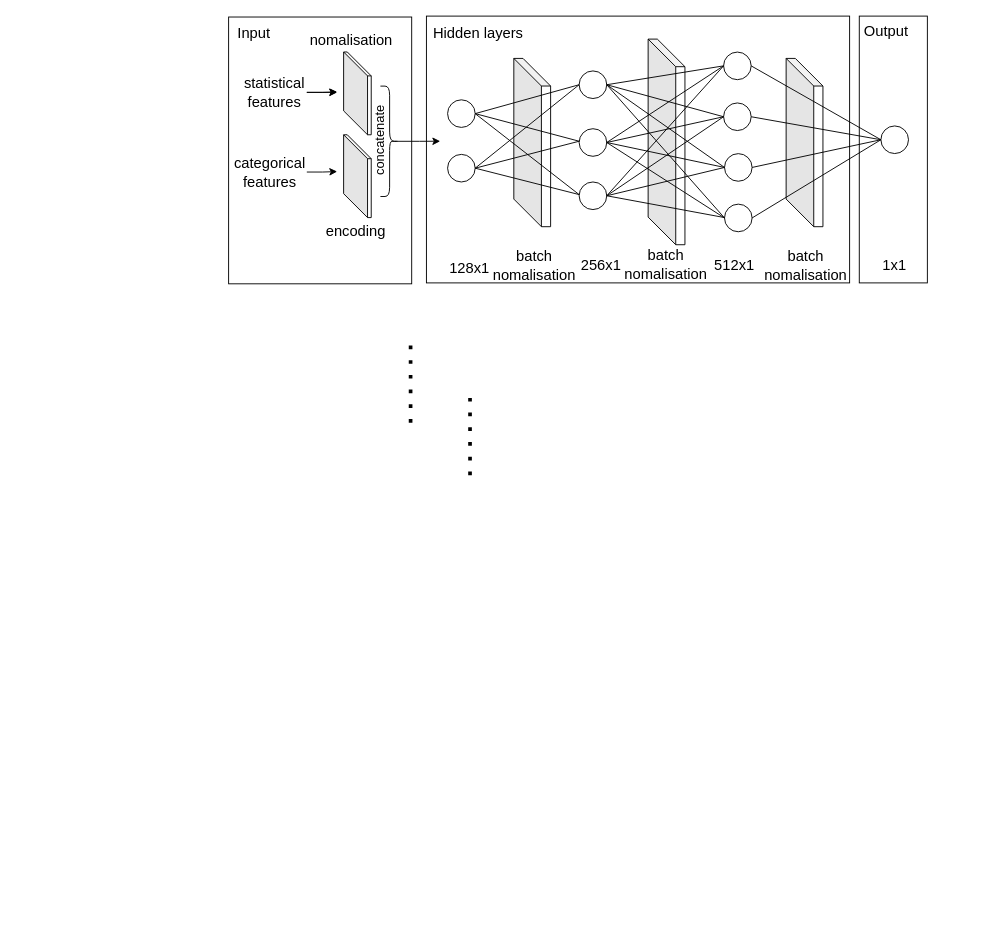
Before: page "Page-3" (2 of 4) of network.drawio in qyu38/DL-paper, a draw.io diagram. Source tidied: cells renumbered, new cells numbered last; positions are measured from the earlier drawing's top-left corner, leaving out a move shared by most shapes. Both pictures are drawn from the tidied source at 92%, with x=0, y=0 at pixel (16, 16).
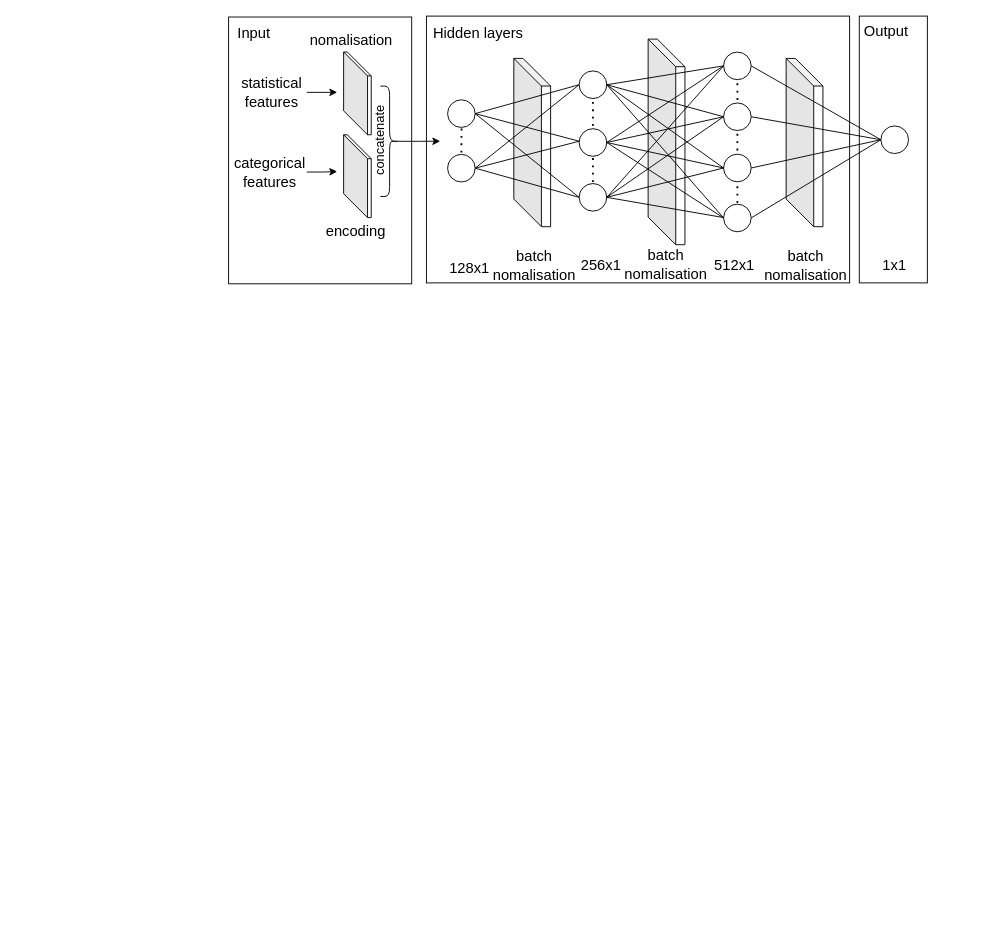
Above is the later version.

The change refers to these unchanged cells:
```xml
<mxCell id="2" style="rounded=0;whiteSpace=wrap;html=1;fillOpacity=10;strokeColor=#000000;fontColor=#000000;" parent="1" vertex="1">
  <mxGeometry x="446" width="460" height="290" as="geometry" />
</mxCell>
<mxCell id="6" style="ellipse;whiteSpace=wrap;html=1;strokeColor=#000000;fontColor=#000000;fillColor=none;" parent="1" vertex="1">
  <mxGeometry x="469" y="91" width="30" height="30" as="geometry" />
</mxCell>
<mxCell id="59" style="ellipse;whiteSpace=wrap;html=1;strokeColor=#000000;fontColor=#000000;fillColor=none;" parent="1" vertex="1">
  <mxGeometry x="469" y="150.3" width="30" height="30" as="geometry" />
</mxCell>
```

What changed in the source:
```diff
@@
-    <mxCell id="8" style="endArrow=none;dashed=1;html=1;dashPattern=1 3;strokeWidth=4;rounded=0;strokeColor=#000000;fontColor=#000000;" parent="1" edge="1">
-      <mxGeometry relative="1" as="geometry">
-        <mxPoint x="428.8" y="442" as="sourcePoint" />
-        <mxPoint x="428.8" y="352" as="targetPoint" />
-      </mxGeometry>
-    </mxCell>
@@
     <mxCell id="10" style="ellipse;whiteSpace=wrap;html=1;strokeColor=#000000;fontColor=#000000;fillColor=none;fontSize=12;" parent="1" vertex="1">
-      <mxGeometry x="770" y="149.5" width="30" height="30" as="geometry" />
+      <mxGeometry x="769" y="150.1" width="30" height="30" as="geometry" />
     </mxCell>
@@
-    <mxCell id="16" style="endArrow=none;html=1;rounded=0;entryX=0;entryY=0.5;entryDx=0;entryDy=0;exitX=1;exitY=0.5;exitDx=0;exitDy=0;strokeColor=#000000;fontColor=#000000;" parent="1" edge="1" source="6">
-      <mxGeometry relative="1" as="geometry">
-        <mxPoint x="612" y="194" as="targetPoint" />
-      </mxGeometry>
+    <mxCell id="16" style="endArrow=none;html=1;rounded=0;entryX=0;entryY=0.5;entryDx=0;entryDy=0;exitX=1;exitY=0.5;exitDx=0;exitDy=0;strokeColor=#000000;fontColor=#000000;" parent="1" edge="1" source="6" target="63">
+      <mxGeometry relative="1" as="geometry" />
     </mxCell>
@@
-    <mxCell id="19" style="endArrow=none;html=1;rounded=0;entryX=0;entryY=0.5;entryDx=0;entryDy=0;strokeColor=#000000;fontColor=#000000;exitX=1;exitY=0.5;exitDx=0;exitDy=0;" parent="1" edge="1" source="59">
-      <mxGeometry relative="1" as="geometry">
-        <mxPoint x="612" y="194" as="targetPoint" />
-      </mxGeometry>
+    <mxCell id="19" style="endArrow=none;html=1;rounded=0;entryX=0;entryY=0.5;entryDx=0;entryDy=0;strokeColor=#000000;fontColor=#000000;exitX=1;exitY=0.5;exitDx=0;exitDy=0;" parent="1" edge="1" source="59" target="63">
+      <mxGeometry relative="1" as="geometry" />
     </mxCell>
@@
     <mxCell id="22" value="statistical features" style="text;html=1;strokeColor=none;fillColor=none;align=center;verticalAlign=middle;whiteSpace=wrap;rounded=0;fontSize=16;fontColor=#000000;" parent="1" vertex="1">
-      <mxGeometry x="246" y="67.6" width="70" height="30" as="geometry" />
+      <mxGeometry x="243" y="67.6" width="70" height="30" as="geometry" />
     </mxCell>
@@
-    <mxCell id="53" style="edgeStyle=orthogonalEdgeStyle;rounded=0;orthogonalLoop=1;jettySize=auto;html=1;strokeColor=#000000;fontColor=#000000;" parent="1" edge="1">
-      <mxGeometry relative="1" as="geometry">
-        <mxPoint x="316" y="82.9" as="sourcePoint" />
-        <mxPoint x="349" y="82.4" as="targetPoint" />
-        <Array as="points">
-          <mxPoint x="333" y="83" />
-        </Array>
-      </mxGeometry>
-    </mxCell>
@@
-    <mxCell id="58" style="endArrow=none;dashed=1;html=1;dashPattern=1 3;strokeWidth=4;rounded=0;strokeColor=#000000;fontColor=#000000;" parent="1" edge="1">
+    <mxCell id="58" style="endArrow=none;dashed=1;html=1;dashPattern=1 3;strokeWidth=2;rounded=0;strokeColor=#000000;fontColor=#000000;fontSize=7;entryX=0.083;entryY=0.421;entryDx=0;entryDy=0;entryPerimeter=0;" parent="1" edge="1" target="2">
       <mxGeometry relative="1" as="geometry">
-        <mxPoint x="493.4" y="499" as="sourcePoint" />
-        <mxPoint x="493.4" y="409" as="targetPoint" />
+        <mxPoint x="484" y="148.3" as="sourcePoint" />
       </mxGeometry>
     </mxCell>
@@
     <mxCell id="61" style="ellipse;whiteSpace=wrap;html=1;strokeColor=#000000;fontColor=#000000;fillColor=none;fontSize=12;" parent="1" vertex="1">
-      <mxGeometry x="770" y="204.4" width="30" height="30" as="geometry" />
+      <mxGeometry x="769" y="204.4" width="30" height="30" as="geometry" />
     </mxCell>
@@
     <mxCell id="63" style="ellipse;whiteSpace=wrap;html=1;strokeColor=#000000;fontColor=#000000;fillColor=none;" parent="1" vertex="1">
-      <mxGeometry x="612" y="180.3" width="30" height="30" as="geometry" />
+      <mxGeometry x="612" y="182" width="30" height="30" as="geometry" />
     </mxCell>
@@
+    <mxCell id="65" style="endArrow=none;dashed=1;html=1;dashPattern=1 3;strokeWidth=2;rounded=0;strokeColor=#000000;fontColor=#000000;fontSize=7;" parent="1" edge="1">
+      <mxGeometry relative="1" as="geometry">
+        <mxPoint x="627" y="180.3" as="sourcePoint" />
+        <mxPoint x="627" y="153" as="targetPoint" />
+      </mxGeometry>
+    </mxCell>
+    <mxCell id="66" style="endArrow=none;dashed=1;html=1;dashPattern=1 3;strokeWidth=2;rounded=0;strokeColor=#000000;fontColor=#000000;fontSize=7;" parent="1" edge="1">
+      <mxGeometry relative="1" as="geometry">
+        <mxPoint x="627" y="119.3" as="sourcePoint" />
+        <mxPoint x="627" y="92" as="targetPoint" />
+      </mxGeometry>
+    </mxCell>
+    <mxCell id="67" style="endArrow=none;dashed=1;html=1;dashPattern=1 3;strokeWidth=2;rounded=0;strokeColor=#000000;fontColor=#000000;fontSize=7;exitX=0.735;exitY=0.321;exitDx=0;exitDy=0;exitPerimeter=0;" parent="1" edge="1">
+      <mxGeometry relative="1" as="geometry">
+        <mxPoint x="784.1" y="91.1" as="sourcePoint" />
+        <mxPoint x="784" y="70" as="targetPoint" />
+      </mxGeometry>
+    </mxCell>
+    <mxCell id="68" style="endArrow=none;dashed=1;html=1;dashPattern=1 3;strokeWidth=2;rounded=0;strokeColor=#000000;fontColor=#000000;fontSize=7;exitX=0.735;exitY=0.321;exitDx=0;exitDy=0;exitPerimeter=0;" parent="1" edge="1">
+      <mxGeometry relative="1" as="geometry">
+        <mxPoint x="784" y="146" as="sourcePoint" />
+        <mxPoint x="784" y="124" as="targetPoint" />
+      </mxGeometry>
+    </mxCell>
+    <mxCell id="69" style="endArrow=none;dashed=1;html=1;dashPattern=1 3;strokeWidth=2;rounded=0;strokeColor=#000000;fontColor=#000000;fontSize=7;exitX=0.735;exitY=0.321;exitDx=0;exitDy=0;exitPerimeter=0;" parent="1" edge="1">
+      <mxGeometry relative="1" as="geometry">
+        <mxPoint x="784" y="203" as="sourcePoint" />
+        <mxPoint x="784" y="181" as="targetPoint" />
+      </mxGeometry>
+    </mxCell>
```
